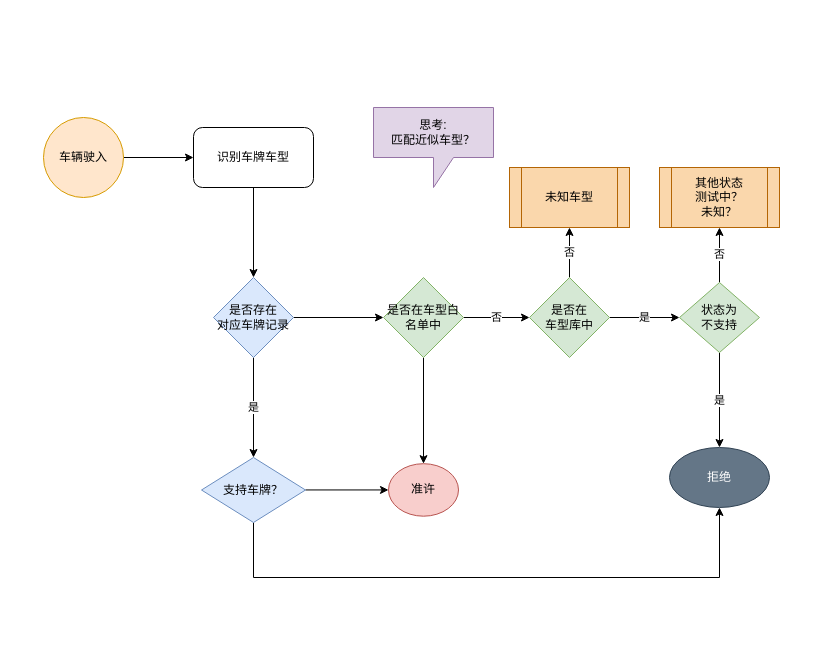
cuckoolhz/drawIO keeps this draw.io diagram as WMS_ACC_1.drawio. Above is the earlier version. Source tidied: cells renumbered, new cells numbered last; positions are measured from the earlier drawing's top-left corner, leaving out a move shared by most shapes. Both pictures are drawn from the tidied source at 100%, with x=0, y=0 at pixel (43, 107).
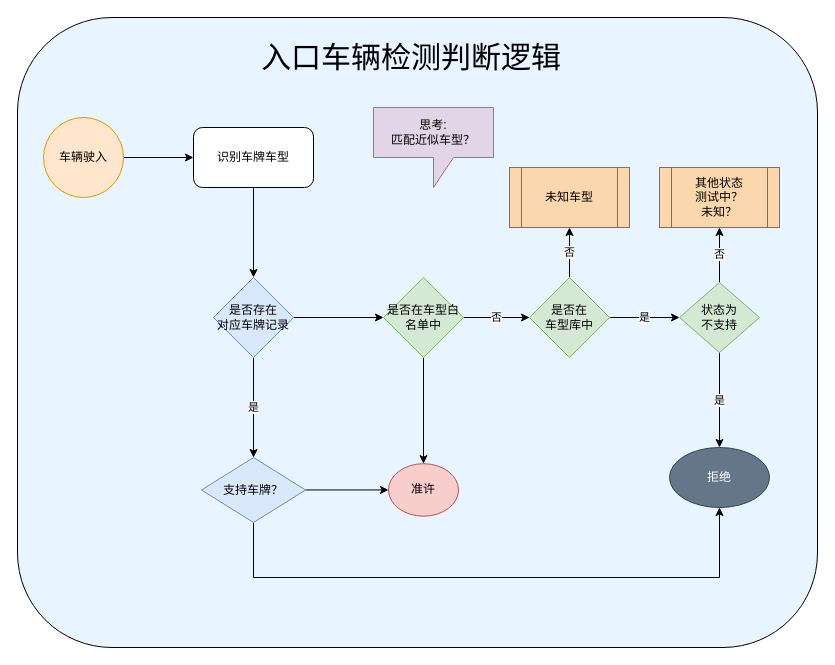
The same page after the edit.

The edit, as a diff of the source:
```diff
@@
+    <mxCell id="26" style="rounded=1;whiteSpace=wrap;html=1;fillColor=#E8F4FF;" parent="1" vertex="1">
+      <mxGeometry x="-26" y="-90" width="800" height="630" as="geometry" />
+    </mxCell>
@@
+    <mxCell id="27" value="&lt;font style=&quot;font-size: 30px;&quot;&gt;入口车辆检测判断逻辑&lt;/font&gt;" style="text;html=1;strokeColor=none;fillColor=none;align=center;verticalAlign=middle;whiteSpace=wrap;rounded=0;" parent="1" vertex="1">
+      <mxGeometry x="198" y="-60" width="340" height="20" as="geometry" />
+    </mxCell>
```
